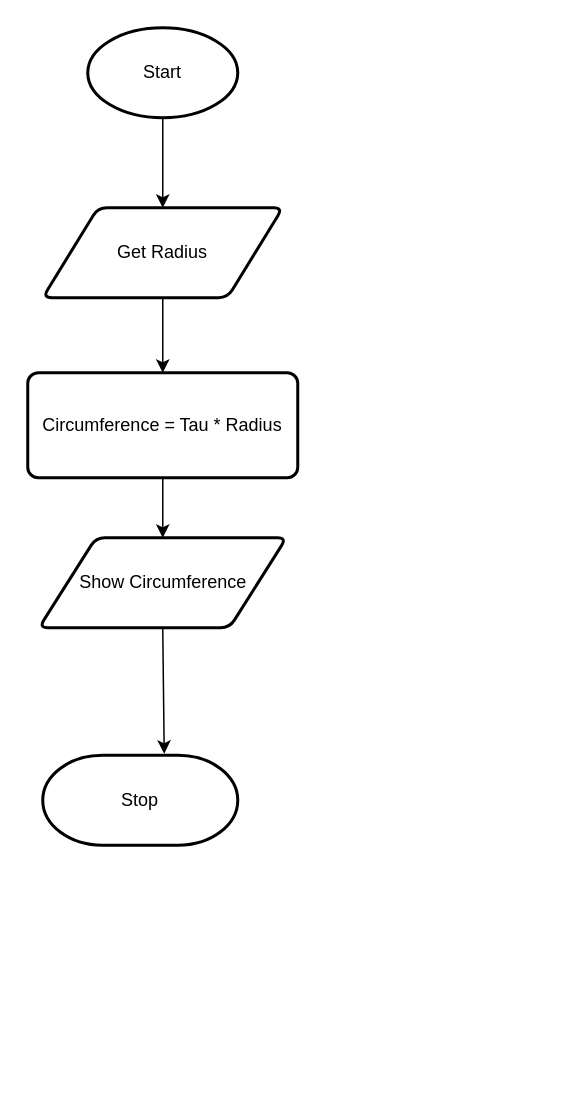
Ethan-Prieur1/ICS3U-Unit5-06-Python keeps this draw.io diagram as flowchart.drawio. Above is the earlier version. Source tidied: cells renumbered, new cells numbered last; positions are measured from the earlier drawing's top-left corner, leaving out a move shared by most shapes. Both pictures are drawn from the tidied source at 150%, with x=0, y=0 at pixel (27, 27).
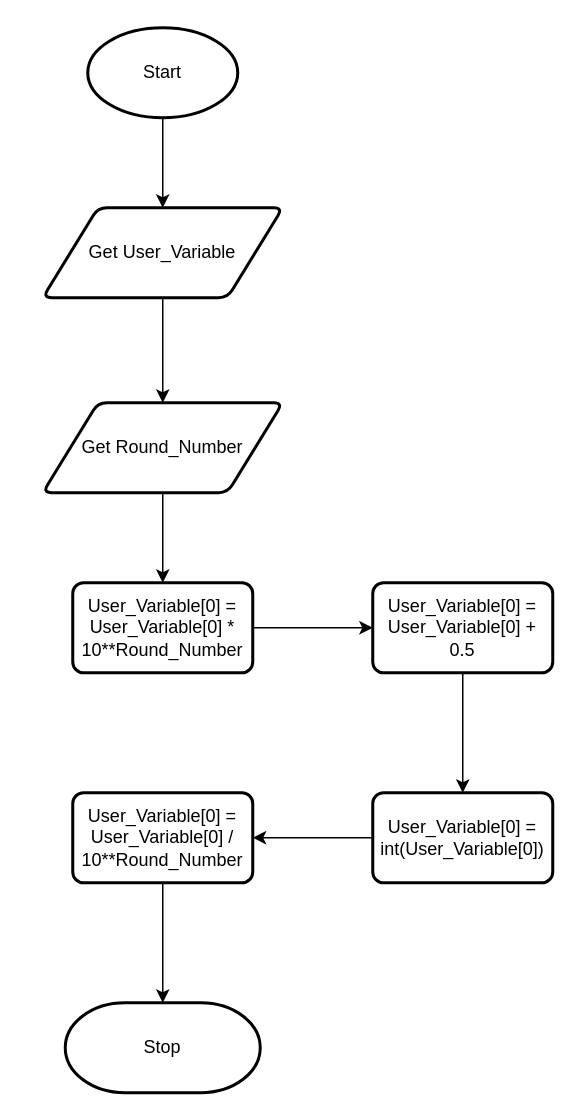
After the change.

What changed in the source:
```diff
@@
 <mxGraphModel>
   <root>
     <mxCell id="0" />
     <mxCell id="1" parent="0" />
     <mxCell id="2" style="edgeStyle=none;html=1;exitX=0.5;exitY=1;exitDx=0;exitDy=0;exitPerimeter=0;entryX=0.5;entryY=0;entryDx=0;entryDy=0;" parent="1" edge="1" source="3" target="5">
       <mxGeometry relative="1" as="geometry" />
     </mxCell>
     <mxCell id="3" value="Start" style="strokeWidth=2;html=1;shape=mxgraph.flowchart.start_1;whiteSpace=wrap;" parent="1" vertex="1">
       <mxGeometry x="40" width="100" height="60" as="geometry" />
     </mxCell>
-    <mxCell id="4" style="edgeStyle=none;html=1;exitX=0.5;exitY=1;exitDx=0;exitDy=0;entryX=0.5;entryY=0;entryDx=0;entryDy=0;" parent="1" edge="1" source="5" target="7">
-      <mxGeometry relative="1" as="geometry" />
-    </mxCell>
+    <mxCell id="11" style="edgeStyle=none;html=1;" parent="1" edge="1" source="5" target="8">
+      <mxGeometry relative="1" as="geometry" />
+    </mxCell>
-    <mxCell id="5" value="Get Radius" style="shape=parallelogram;html=1;strokeWidth=2;perimeter=parallelogramPerimeter;whiteSpace=wrap;rounded=1;arcSize=12;size=0.23;" parent="1" vertex="1">
+    <mxCell id="5" value="Get User_Variable" style="shape=parallelogram;html=1;strokeWidth=2;perimeter=parallelogramPerimeter;whiteSpace=wrap;rounded=1;arcSize=12;size=0.23;" parent="1" vertex="1">
       <mxGeometry x="10" y="120" width="160" height="60" as="geometry" />
     </mxCell>
-    <mxCell id="6" style="edgeStyle=none;html=1;exitX=0.5;exitY=1;exitDx=0;exitDy=0;entryX=0.5;entryY=0;entryDx=0;entryDy=0;" parent="1" edge="1" source="7" target="9">
-      <mxGeometry relative="1" as="geometry" />
-    </mxCell>
-    <mxCell id="7" value="Circumference = Tau * Radius" style="rounded=1;whiteSpace=wrap;html=1;absoluteArcSize=1;arcSize=14;strokeWidth=2;" parent="1" vertex="1">
-      <mxGeometry y="230" width="180" height="70" as="geometry" />
-    </mxCell>
+    <mxCell id="10" value="Stop" style="strokeWidth=2;html=1;shape=mxgraph.flowchart.terminator;whiteSpace=wrap;" parent="1" vertex="1">
+      <mxGeometry x="25" y="650" width="130" height="60" as="geometry" />
+    </mxCell>
+    <mxCell id="12" style="edgeStyle=none;html=1;" parent="1" edge="1" source="8" target="14">
+      <mxGeometry relative="1" as="geometry" />
+    </mxCell>
-    <mxCell id="8" style="edgeStyle=none;html=1;exitX=0.5;exitY=1;exitDx=0;exitDy=0;entryX=0.623;entryY=-0.017;entryDx=0;entryDy=0;entryPerimeter=0;" parent="1" edge="1" source="9" target="10">
-      <mxGeometry relative="1" as="geometry" />
+    <mxCell id="8" value="Get Round_Number" style="shape=parallelogram;html=1;strokeWidth=2;perimeter=parallelogramPerimeter;whiteSpace=wrap;rounded=1;arcSize=12;size=0.23;" parent="1" vertex="1">
+      <mxGeometry x="10" y="250" width="160" height="60" as="geometry" />
     </mxCell>
-    <mxCell id="9" value="Show Circumference" style="shape=parallelogram;html=1;strokeWidth=2;perimeter=parallelogramPerimeter;whiteSpace=wrap;rounded=1;arcSize=12;size=0.23;" parent="1" vertex="1">
-      <mxGeometry x="7.5" y="340" width="165" height="60" as="geometry" />
-    </mxCell>
-    <mxCell id="10" value="Stop" style="strokeWidth=2;html=1;shape=mxgraph.flowchart.terminator;whiteSpace=wrap;" parent="1" vertex="1">
-      <mxGeometry x="10" y="485" width="130" height="60" as="geometry" />
-    </mxCell>
+    <mxCell id="13" style="edgeStyle=none;html=1;" parent="1" edge="1" source="14" target="16">
+      <mxGeometry relative="1" as="geometry" />
+    </mxCell>
+    <mxCell id="14" value="User_Variable[0] = User_Variable[0] * 10**Round_Number" style="whiteSpace=wrap;html=1;strokeWidth=2;rounded=1;arcSize=12;" parent="1" vertex="1">
+      <mxGeometry x="30" y="370" width="120" height="60" as="geometry" />
+    </mxCell>
+    <mxCell id="15" style="edgeStyle=none;html=1;" parent="1" edge="1" source="16" target="18">
+      <mxGeometry relative="1" as="geometry" />
+    </mxCell>
+    <mxCell id="16" value="User_Variable[0] = User_Variable[0] + 0.5" style="whiteSpace=wrap;html=1;strokeWidth=2;rounded=1;arcSize=12;" parent="1" vertex="1">
+      <mxGeometry x="230" y="370" width="120" height="60" as="geometry" />
+    </mxCell>
+    <mxCell id="17" style="edgeStyle=none;html=1;" parent="1" edge="1" source="18" target="20">
+      <mxGeometry relative="1" as="geometry" />
+    </mxCell>
+    <mxCell id="18" value="User_Variable[0] = int(User_Variable[0])" style="whiteSpace=wrap;html=1;strokeWidth=2;rounded=1;arcSize=12;" parent="1" vertex="1">
+      <mxGeometry x="230" y="510" width="120" height="60" as="geometry" />
+    </mxCell>
+    <mxCell id="19" style="edgeStyle=none;html=1;" parent="1" edge="1" source="20" target="10">
+      <mxGeometry relative="1" as="geometry" />
+    </mxCell>
+    <mxCell id="20" value="User_Variable[0] = User_Variable[0] / 10**Round_Number" style="whiteSpace=wrap;html=1;strokeWidth=2;rounded=1;arcSize=12;" parent="1" vertex="1">
+      <mxGeometry x="30" y="510" width="120" height="60" as="geometry" />
+    </mxCell>
   </root>
 </mxGraphModel>
```
